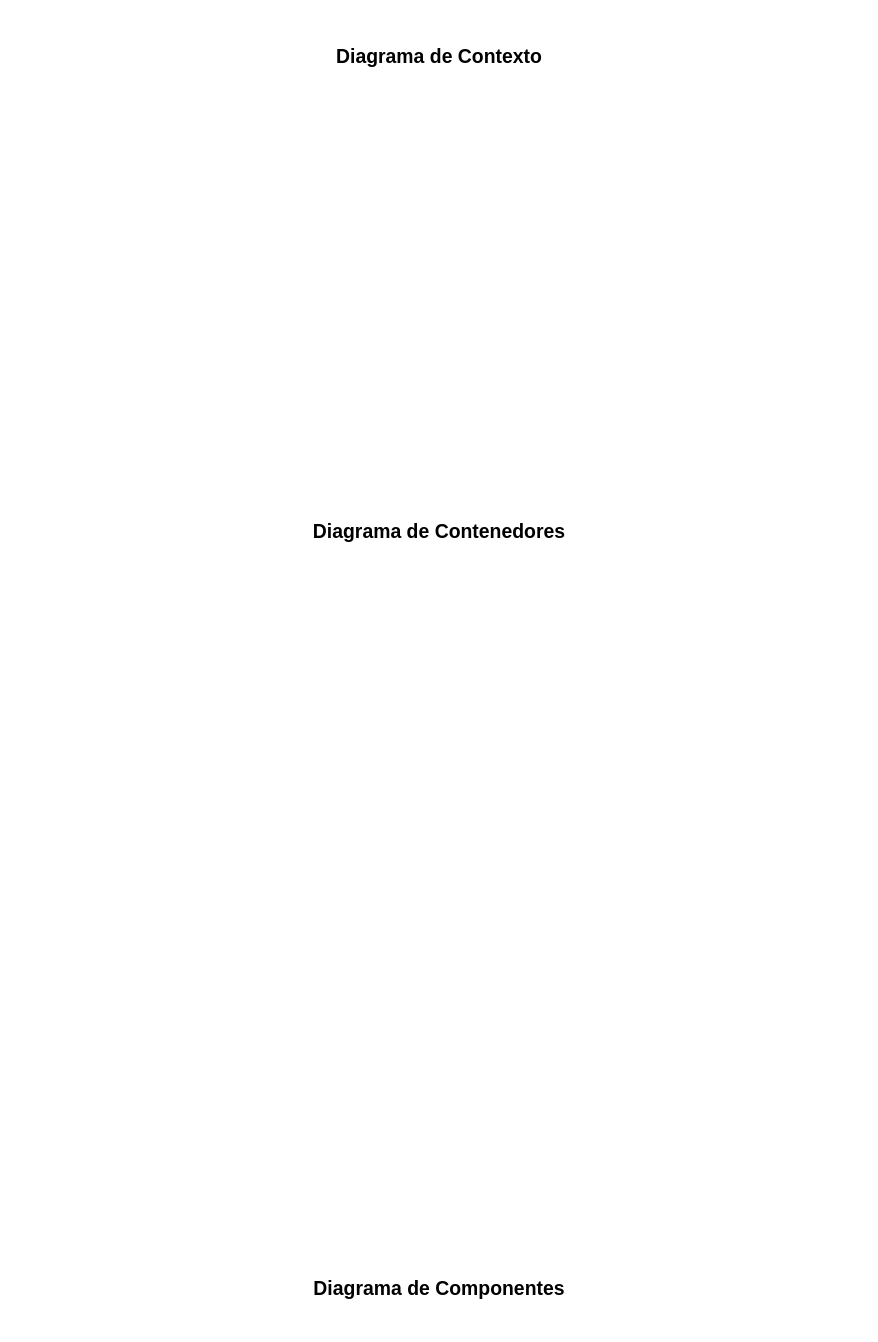
Before: Parte_Teorica/Practica_Final.drawio in vmartinco/Practica_Final_Arquitectura_del_Software, a draw.io diagram. Source tidied: cells renumbered, new cells numbered last; positions are measured from the earlier drawing's top-left corner, leaving out a move shared by most shapes. Both pictures are drawn from the tidied source at 97%, with x=0, y=0 at pixel (298, 16).
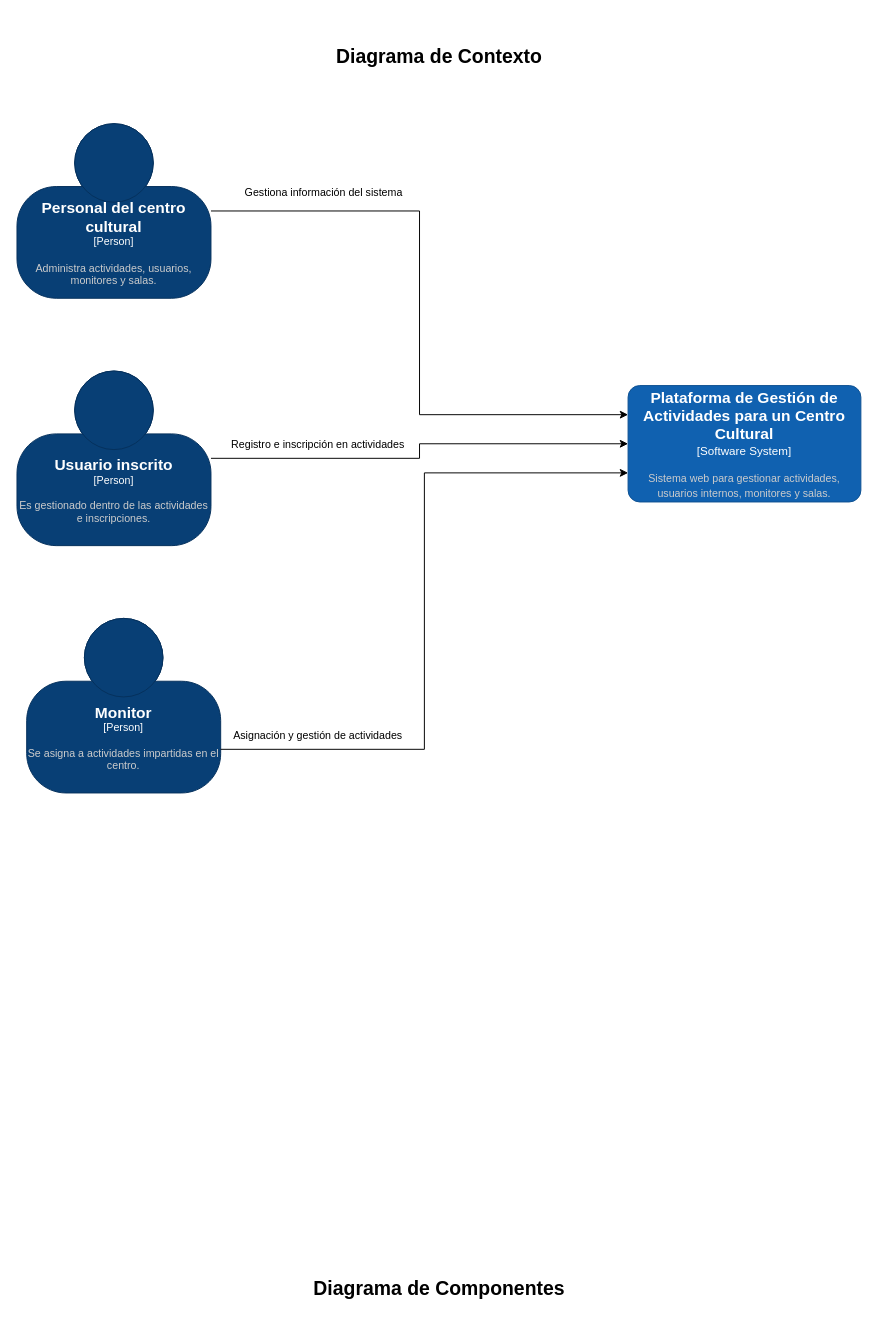
Above is the later version.

Diff of the diagram source:
```diff
@@
 <mxGraphModel>
   <root>
     <mxCell id="0" />
     <mxCell id="1" parent="0" />
     <mxCell id="2" value="Diagrama de Contexto" style="text;strokeColor=none;fillColor=none;html=1;fontSize=20;fontStyle=1;verticalAlign=middle;align=center;autosizeText=1;" parent="1" vertex="1">
       <mxGeometry x="45" width="200" height="80" as="geometry" />
     </mxCell>
-    <mxCell id="3" value="Diagrama de Contenedores" style="text;strokeColor=none;fillColor=none;html=1;fontSize=20;fontStyle=1;verticalAlign=middle;align=center;autosizeText=1;" parent="1" vertex="1">
-      <mxGeometry y="490" width="290" height="80" as="geometry" />
-    </mxCell>
     <mxCell id="4" value="Diagrama de Componentes" style="text;strokeColor=none;fillColor=none;html=1;fontSize=20;fontStyle=1;verticalAlign=middle;align=center;autosizeText=1;" parent="1" vertex="1">
       <mxGeometry y="1270" width="290" height="80" as="geometry" />
     </mxCell>
+    <object id="5" label="&lt;font style=&quot;font-size: 16px&quot;&gt;&lt;b&gt;%c4Name%&lt;/b&gt;&lt;/font&gt;&lt;div&gt;[%c4Type%]&lt;/div&gt;&lt;br&gt;&lt;div&gt;&lt;font style=&quot;font-size: 11px&quot;&gt;&lt;font color=&quot;#cccccc&quot;&gt;%c4Description%&lt;/font&gt;&lt;/div&gt;" c4Description="Sistema web para gestionar actividades, usuarios internos, monitores y salas." c4Name="Plataforma de Gestión de Actividades para un Centro Cultural" c4Type="Software System" placeholders="1">
+      <mxCell style="rounded=1;whiteSpace=wrap;html=1;labelBackgroundColor=none;fillColor=#1061B0;fontColor=#ffffff;align=center;arcSize=10;strokeColor=#0D5091;points=[[0.25,0,0],[0.5,0,0],[0.75,0,0],[1,0.25,0],[1,0.5,0],[1,0.75,0],[0.75,1,0],[0.5,1,0],[0.25,1,0],[0,0.75,0],[0,0.5,0],[0,0.25,0]];" parent="1" vertex="1">
+        <mxGeometry x="340" y="380" width="240" height="120" as="geometry" />
+      </mxCell>
+    </object>
+    <object id="6" label="&lt;font style=&quot;font-size: 16px&quot;&gt;&lt;b&gt;%c4Name%&lt;/b&gt;&lt;/font&gt;&lt;div&gt;[%c4Type%]&lt;/div&gt;&lt;br&gt;&lt;div&gt;&lt;font style=&quot;font-size: 11px&quot;&gt;&lt;font color=&quot;#cccccc&quot;&gt;%c4Description%&lt;/font&gt;&lt;/div&gt;" c4Description="Administra actividades, usuarios, monitores y salas." c4Name="Personal del centro cultural" c4Type="Person" placeholders="1">
+      <mxCell style="html=1;fontSize=11;dashed=0;whiteSpace=wrap;fillColor=#083F75;strokeColor=#06315C;fontColor=#ffffff;shape=mxgraph.c4.person2;align=center;points=[[0.5,0,0],[1,0.5,0],[1,0.75,0],[0.75,1,0],[0.5,1,0],[0.25,1,0],[0,0.75,0],[0,0.5,0]];" parent="1" vertex="1">
+        <mxGeometry x="-290" y="110" width="200" height="180" as="geometry" />
+      </mxCell>
+    </object>
+    <mxCell id="7" style="edgeStyle=orthogonalEdgeStyle;rounded=0;jettySize=auto;html=1;exitX=1;exitY=0.5;exitDx=0;exitDy=0;exitPerimeter=0;" parent="1" edge="1" source="9" target="5">
+      <mxGeometry relative="1" as="geometry" />
+    </mxCell>
+    <mxCell id="8" value="Registro e inscripción en actividades" style="edgeLabel;html=1;align=center;verticalAlign=middle;" parent="7" vertex="1">
+      <mxGeometry x="-0.59" y="1" relative="1" as="geometry">
+        <mxPoint x="18" y="-14" as="offset" />
+      </mxGeometry>
+    </mxCell>
+    <object id="9" label="&lt;font style=&quot;font-size: 16px&quot;&gt;&lt;b&gt;%c4Name%&lt;/b&gt;&lt;/font&gt;&lt;div&gt;[%c4Type%]&lt;/div&gt;&lt;br&gt;&lt;div&gt;&lt;font style=&quot;font-size: 11px&quot;&gt;&lt;font color=&quot;#cccccc&quot;&gt;%c4Description%&lt;/font&gt;&lt;/div&gt;" c4Description="Es gestionado dentro de las actividades e inscripciones." c4Name="Usuario inscrito" c4Type="Person" placeholders="1">
+      <mxCell style="html=1;fontSize=11;dashed=0;whiteSpace=wrap;fillColor=#083F75;strokeColor=#06315C;fontColor=#ffffff;shape=mxgraph.c4.person2;align=center;points=[[0.5,0,0],[1,0.5,0],[1,0.75,0],[0.75,1,0],[0.5,1,0],[0.25,1,0],[0,0.75,0],[0,0.5,0]];" parent="1" vertex="1">
+        <mxGeometry x="-290" y="365" width="200" height="180" as="geometry" />
+      </mxCell>
+    </object>
+    <object id="10" label="&lt;font style=&quot;font-size: 16px&quot;&gt;&lt;b&gt;%c4Name%&lt;/b&gt;&lt;/font&gt;&lt;div&gt;[%c4Type%]&lt;/div&gt;&lt;br&gt;&lt;div&gt;&lt;font style=&quot;font-size: 11px&quot;&gt;&lt;font color=&quot;#cccccc&quot;&gt;%c4Description%&lt;/font&gt;&lt;/div&gt;" c4Description="Se asigna a actividades impartidas en el centro." c4Name="Monitor" c4Type="Person" placeholders="1">
+      <mxCell style="html=1;fontSize=11;dashed=0;whiteSpace=wrap;fillColor=#083F75;strokeColor=#06315C;fontColor=#ffffff;shape=mxgraph.c4.person2;align=center;points=[[0.5,0,0],[1,0.5,0],[1,0.75,0],[0.75,1,0],[0.5,1,0],[0.25,1,0],[0,0.75,0],[0,0.5,0]];" parent="1" vertex="1">
+        <mxGeometry x="-280" y="620" width="200" height="180" as="geometry" />
+      </mxCell>
+    </object>
+    <mxCell id="11" style="edgeStyle=orthogonalEdgeStyle;rounded=0;jettySize=auto;html=1;exitX=1;exitY=0.5;exitDx=0;exitDy=0;exitPerimeter=0;entryX=0;entryY=0.25;entryDx=0;entryDy=0;entryPerimeter=0;" parent="1" edge="1" source="6" target="5">
+      <mxGeometry relative="1" as="geometry" />
+    </mxCell>
+    <mxCell id="12" value="Gestiona información del sistema" style="edgeLabel;html=1;align=center;verticalAlign=middle;" parent="11" vertex="1">
+      <mxGeometry x="-0.6" y="5" relative="1" as="geometry">
+        <mxPoint x="-13" y="-15" as="offset" />
+      </mxGeometry>
+    </mxCell>
+    <mxCell id="13" style="edgeStyle=orthogonalEdgeStyle;rounded=0;jettySize=auto;html=1;exitX=1;exitY=0.75;exitDx=0;exitDy=0;exitPerimeter=0;entryX=0;entryY=0.75;entryDx=0;entryDy=0;entryPerimeter=0;" parent="1" edge="1" source="10" target="5">
+      <mxGeometry relative="1" as="geometry" />
+    </mxCell>
+    <mxCell id="14" value="Asignación y gestión de actividades" style="edgeLabel;html=1;align=center;verticalAlign=middle;" parent="13" vertex="1">
+      <mxGeometry x="-0.77" y="-1" relative="1" as="geometry">
+        <mxPoint x="18" y="-16" as="offset" />
+      </mxGeometry>
+    </mxCell>
   </root>
 </mxGraphModel>
```
